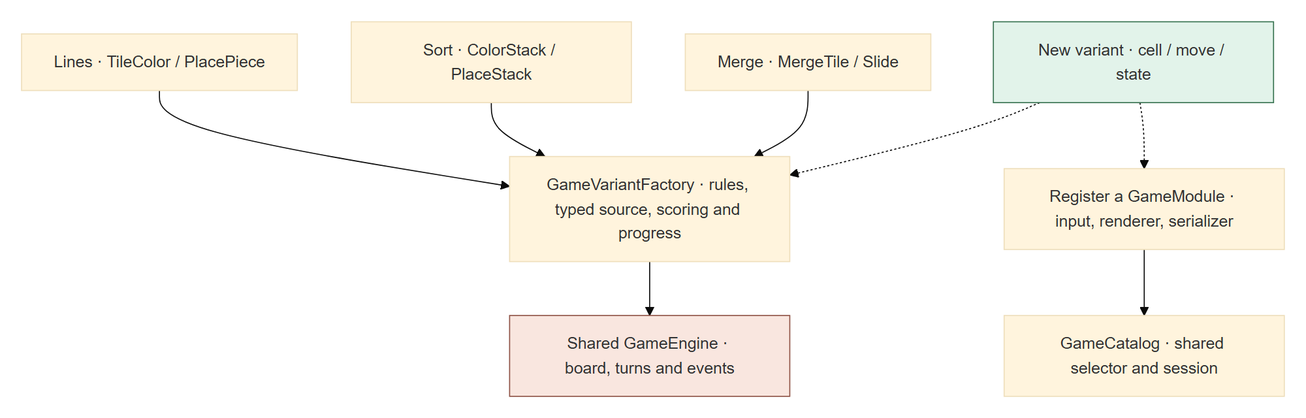
Earlier version of the Mermaid export docs/diagrams/extensibility.png (hexablock-g5-ucab/hexablock-app). Its source is kept beside it as docs/diagrams/extensibility.mmd.
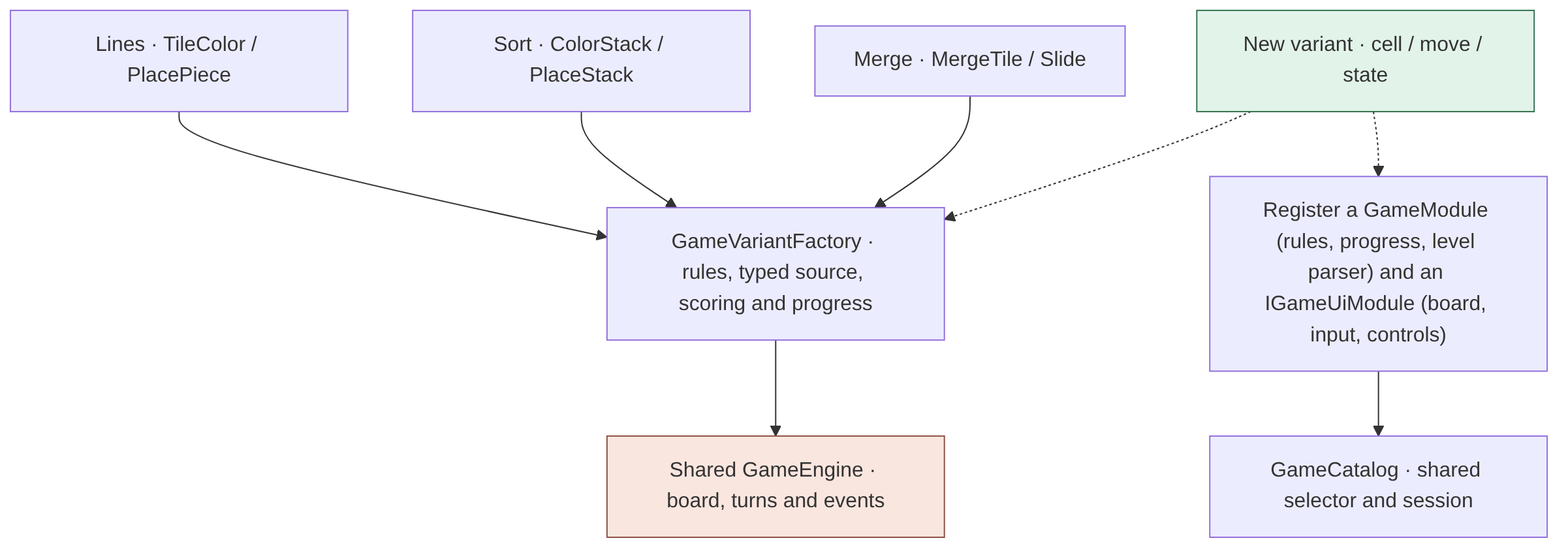
After the change.

Diff of the diagram source:
```diff
@@ -4,7 +4,7 @@
   M["Merge · MergeTile / Slide"] --> A
   X["New variant · cell / move / state"] -.-> A
   A["GameVariantFactory · rules, typed source, scoring and progress"] --> E["Shared GameEngine · board, turns and events"]
-  X -.-> G["Register a GameModule · input, renderer, serializer"]
+  X -.-> G["Register a GameModule (rules, progress, level parser) and an IGameUiModule (board, input, controls)"]
   G --> C["GameCatalog · shared selector and session"]
   style E fill:#f9e6df,stroke:#8e5144
   style X fill:#e2f3ea,stroke:#36724f
```
